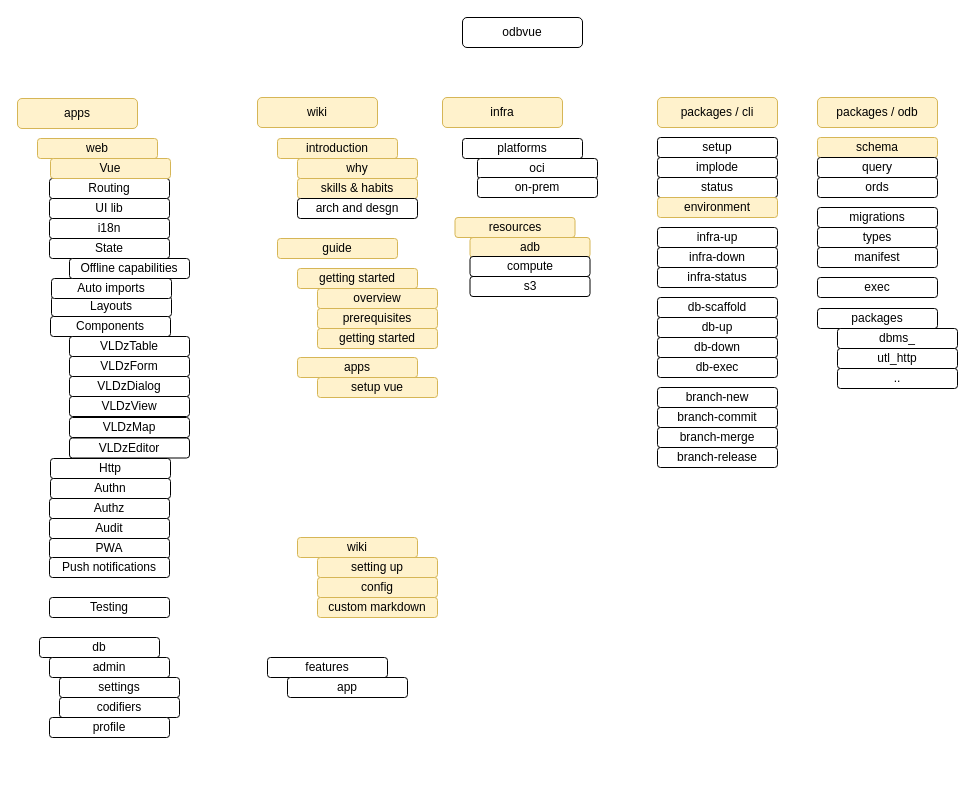
Above: roadmap.drawio in odbvue/odbvue (draw.io), before the change. Source tidied: cells renumbered, new cells numbered last; positions are measured from the earlier drawing's top-left corner, leaving out a move shared by most shapes. Both pictures are drawn from the tidied source at 100%, with x=0, y=0 at pixel (17, 17).
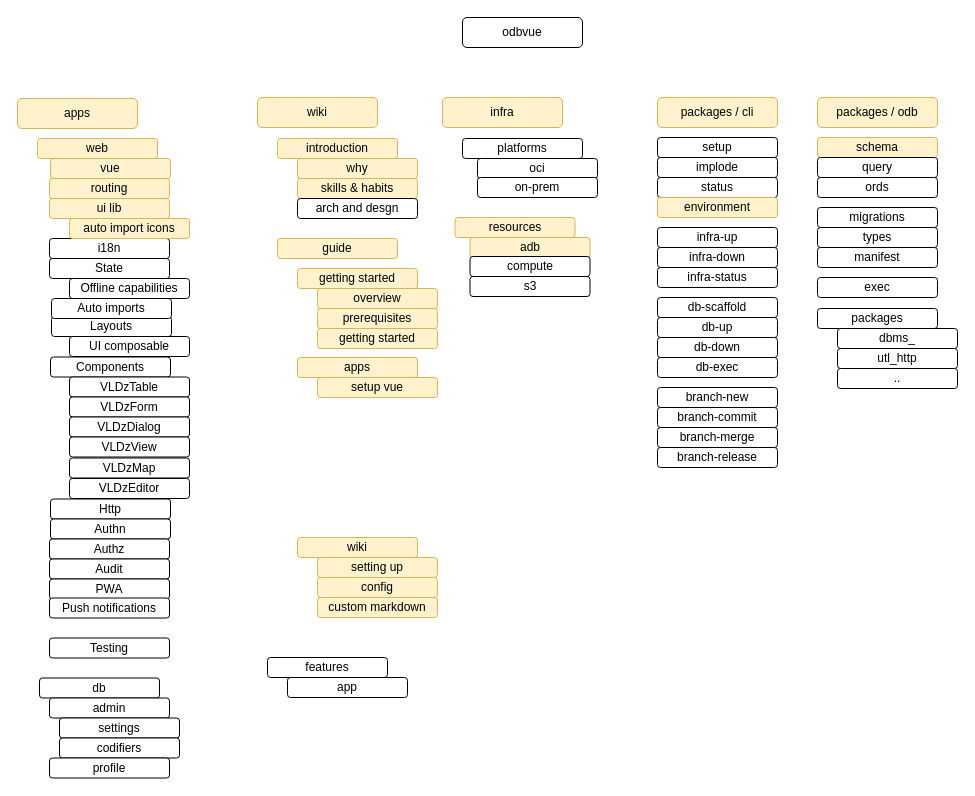
After the change.

What changed in the source:
```diff
@@
     <mxCell id="37" value="db" style="rounded=1;whiteSpace=wrap;html=1;" parent="1" vertex="1">
-      <mxGeometry x="22" y="620" width="120" height="20" as="geometry" />
+      <mxGeometry x="22" y="660.5" width="120" height="20" as="geometry" />
     </mxCell>
     <mxCell id="38" value="admin" style="rounded=1;whiteSpace=wrap;html=1;" parent="1" vertex="1">
-      <mxGeometry x="32" y="640" width="120" height="20" as="geometry" />
+      <mxGeometry x="32" y="680.5" width="120" height="20" as="geometry" />
     </mxCell>
     <mxCell id="39" value="settings" style="rounded=1;whiteSpace=wrap;html=1;" parent="1" vertex="1">
-      <mxGeometry x="42" y="660" width="120" height="20" as="geometry" />
+      <mxGeometry x="42" y="700.5" width="120" height="20" as="geometry" />
     </mxCell>
     <mxCell id="40" value="codifiers" style="rounded=1;whiteSpace=wrap;html=1;" parent="1" vertex="1">
-      <mxGeometry x="42" y="680" width="120" height="20" as="geometry" />
+      <mxGeometry x="42" y="720.5" width="120" height="20" as="geometry" />
     </mxCell>
@@
-    <mxCell id="48" value="Routing" style="rounded=1;whiteSpace=wrap;html=1;" parent="1" vertex="1">
+    <mxCell id="48" value="routing" style="rounded=1;whiteSpace=wrap;html=1;fillColor=#fff2cc;strokeColor=#d6b656;" parent="1" vertex="1">
       <mxGeometry x="32" y="161" width="120" height="20" as="geometry" />
     </mxCell>
-    <mxCell id="49" value="UI lib" style="rounded=1;whiteSpace=wrap;html=1;" parent="1" vertex="1">
+    <mxCell id="49" value="ui lib" style="rounded=1;whiteSpace=wrap;html=1;fillColor=#fff2cc;strokeColor=#d6b656;" parent="1" vertex="1">
       <mxGeometry x="32" y="181" width="120" height="20" as="geometry" />
     </mxCell>
     <mxCell id="50" value="i18n" style="rounded=1;whiteSpace=wrap;html=1;" parent="1" vertex="1">
-      <mxGeometry x="32" y="201" width="120" height="20" as="geometry" />
+      <mxGeometry x="32" y="221" width="120" height="20" as="geometry" />
     </mxCell>
     <mxCell id="51" value="State" style="rounded=1;whiteSpace=wrap;html=1;" parent="1" vertex="1">
-      <mxGeometry x="32" y="221" width="120" height="20" as="geometry" />
+      <mxGeometry x="32" y="241" width="120" height="20" as="geometry" />
     </mxCell>
     <mxCell id="52" value="Layouts" style="rounded=1;whiteSpace=wrap;html=1;" parent="1" vertex="1">
-      <mxGeometry x="34" y="279" width="120" height="20" as="geometry" />
+      <mxGeometry x="34" y="299" width="120" height="20" as="geometry" />
     </mxCell>
     <mxCell id="53" value="Testing" style="rounded=1;whiteSpace=wrap;html=1;" parent="1" vertex="1">
-      <mxGeometry x="32" y="580" width="120" height="20" as="geometry" />
+      <mxGeometry x="32" y="620.5" width="120" height="20" as="geometry" />
     </mxCell>
     <mxCell id="54" value="Components" style="rounded=1;whiteSpace=wrap;html=1;" parent="1" vertex="1">
-      <mxGeometry x="33" y="299" width="120" height="20" as="geometry" />
+      <mxGeometry x="33" y="339.5" width="120" height="20" as="geometry" />
     </mxCell>
     <mxCell id="55" value="VLDzTable" style="rounded=1;whiteSpace=wrap;html=1;" parent="1" vertex="1">
-      <mxGeometry x="52" y="319" width="120" height="20" as="geometry" />
+      <mxGeometry x="52" y="359.5" width="120" height="20" as="geometry" />
     </mxCell>
     <mxCell id="56" value="VLDzForm" style="rounded=1;whiteSpace=wrap;html=1;" parent="1" vertex="1">
-      <mxGeometry x="52" y="339" width="120" height="20" as="geometry" />
+      <mxGeometry x="52" y="379.5" width="120" height="20" as="geometry" />
     </mxCell>
     <mxCell id="57" value="VLDzDialog" style="rounded=1;whiteSpace=wrap;html=1;" parent="1" vertex="1">
-      <mxGeometry x="52" y="359" width="120" height="20" as="geometry" />
+      <mxGeometry x="52" y="399.5" width="120" height="20" as="geometry" />
     </mxCell>
     <mxCell id="58" value="Http" style="rounded=1;whiteSpace=wrap;html=1;" parent="1" vertex="1">
-      <mxGeometry x="33" y="441" width="120" height="20" as="geometry" />
+      <mxGeometry x="33" y="481.5" width="120" height="20" as="geometry" />
     </mxCell>
     <mxCell id="59" value="Authn" style="rounded=1;whiteSpace=wrap;html=1;" parent="1" vertex="1">
-      <mxGeometry x="33" y="461" width="120" height="20" as="geometry" />
+      <mxGeometry x="33" y="501.5" width="120" height="20" as="geometry" />
     </mxCell>
     <mxCell id="60" value="Auto imports" style="rounded=1;whiteSpace=wrap;html=1;" parent="1" vertex="1">
-      <mxGeometry x="34" y="261" width="120" height="20" as="geometry" />
+      <mxGeometry x="34" y="281" width="120" height="20" as="geometry" />
     </mxCell>
     <mxCell id="61" value="VLDzView" style="rounded=1;whiteSpace=wrap;html=1;" parent="1" vertex="1">
-      <mxGeometry x="52" y="379" width="120" height="20" as="geometry" />
+      <mxGeometry x="52" y="419.5" width="120" height="20" as="geometry" />
     </mxCell>
     <mxCell id="62" value="VLDzMap" style="rounded=1;whiteSpace=wrap;html=1;" parent="1" vertex="1">
-      <mxGeometry x="52" y="400" width="120" height="20" as="geometry" />
+      <mxGeometry x="52" y="440.5" width="120" height="20" as="geometry" />
     </mxCell>
     <mxCell id="63" value="Authz" style="rounded=1;whiteSpace=wrap;html=1;" parent="1" vertex="1">
-      <mxGeometry x="32" y="481" width="120" height="20" as="geometry" />
+      <mxGeometry x="32" y="521.5" width="120" height="20" as="geometry" />
     </mxCell>
     <mxCell id="64" value="Audit" style="rounded=1;whiteSpace=wrap;html=1;" parent="1" vertex="1">
-      <mxGeometry x="32" y="501" width="120" height="20" as="geometry" />
+      <mxGeometry x="32" y="541.5" width="120" height="20" as="geometry" />
     </mxCell>
     <mxCell id="65" value="PWA" style="rounded=1;whiteSpace=wrap;html=1;" parent="1" vertex="1">
-      <mxGeometry x="32" y="521" width="120" height="20" as="geometry" />
+      <mxGeometry x="32" y="561.5" width="120" height="20" as="geometry" />
     </mxCell>
     <mxCell id="66" value="VLDzEditor" style="rounded=1;whiteSpace=wrap;html=1;" parent="1" vertex="1">
-      <mxGeometry x="52" y="420.5" width="120" height="20" as="geometry" />
+      <mxGeometry x="52" y="461" width="120" height="20" as="geometry" />
     </mxCell>
     <mxCell id="67" value="Push notifications" style="rounded=1;whiteSpace=wrap;html=1;" parent="1" vertex="1">
-      <mxGeometry x="32" y="540" width="120" height="20" as="geometry" />
+      <mxGeometry x="32" y="580.5" width="120" height="20" as="geometry" />
     </mxCell>
     <mxCell id="68" value="Offline capabilities" style="rounded=1;whiteSpace=wrap;html=1;" parent="1" vertex="1">
-      <mxGeometry x="52" y="241" width="120" height="20" as="geometry" />
+      <mxGeometry x="52" y="261" width="120" height="20" as="geometry" />
     </mxCell>
-    <mxCell id="69" value="Vue" style="rounded=1;whiteSpace=wrap;html=1;fillColor=#fff2cc;strokeColor=#d6b656;" parent="1" vertex="1">
+    <mxCell id="69" value="vue" style="rounded=1;whiteSpace=wrap;html=1;fillColor=#fff2cc;strokeColor=#d6b656;" parent="1" vertex="1">
       <mxGeometry x="33" y="141" width="120" height="20" as="geometry" />
     </mxCell>
     <mxCell id="70" value="profile" style="rounded=1;whiteSpace=wrap;html=1;" parent="1" vertex="1">
-      <mxGeometry x="32" y="700" width="120" height="20" as="geometry" />
+      <mxGeometry x="32" y="740.5" width="120" height="20" as="geometry" />
     </mxCell>
@@
+    <mxCell id="86" value="auto import icons" style="rounded=1;whiteSpace=wrap;html=1;fillColor=#fff2cc;strokeColor=#d6b656;" parent="1" vertex="1">
+      <mxGeometry x="52" y="201" width="120" height="20" as="geometry" />
+    </mxCell>
+    <mxCell id="87" value="UI composable" style="rounded=1;whiteSpace=wrap;html=1;" parent="1" vertex="1">
+      <mxGeometry x="52" y="319" width="120" height="20" as="geometry" />
+    </mxCell>
```
